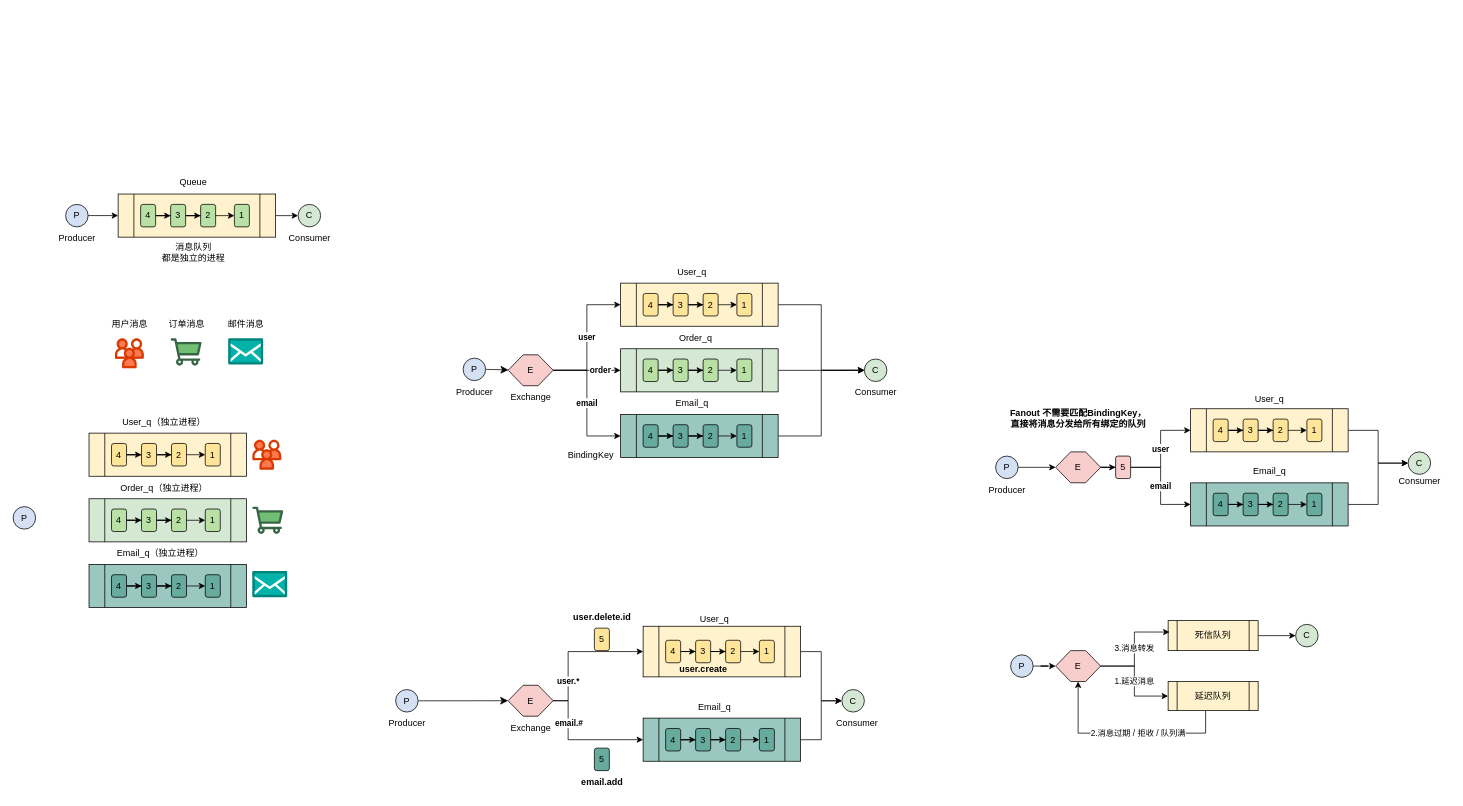
The draw.io diagram Drawio/RabbitMQ.drawio in RainbowJier/RabbitMQ, before the edit. Source tidied: cells renumbered, new cells numbered last; positions are measured from the earlier drawing's top-left corner, leaving out a move shared by most shapes. Both pictures are drawn from the tidied source at 75%, with x=0, y=0 at pixel (13, 171).
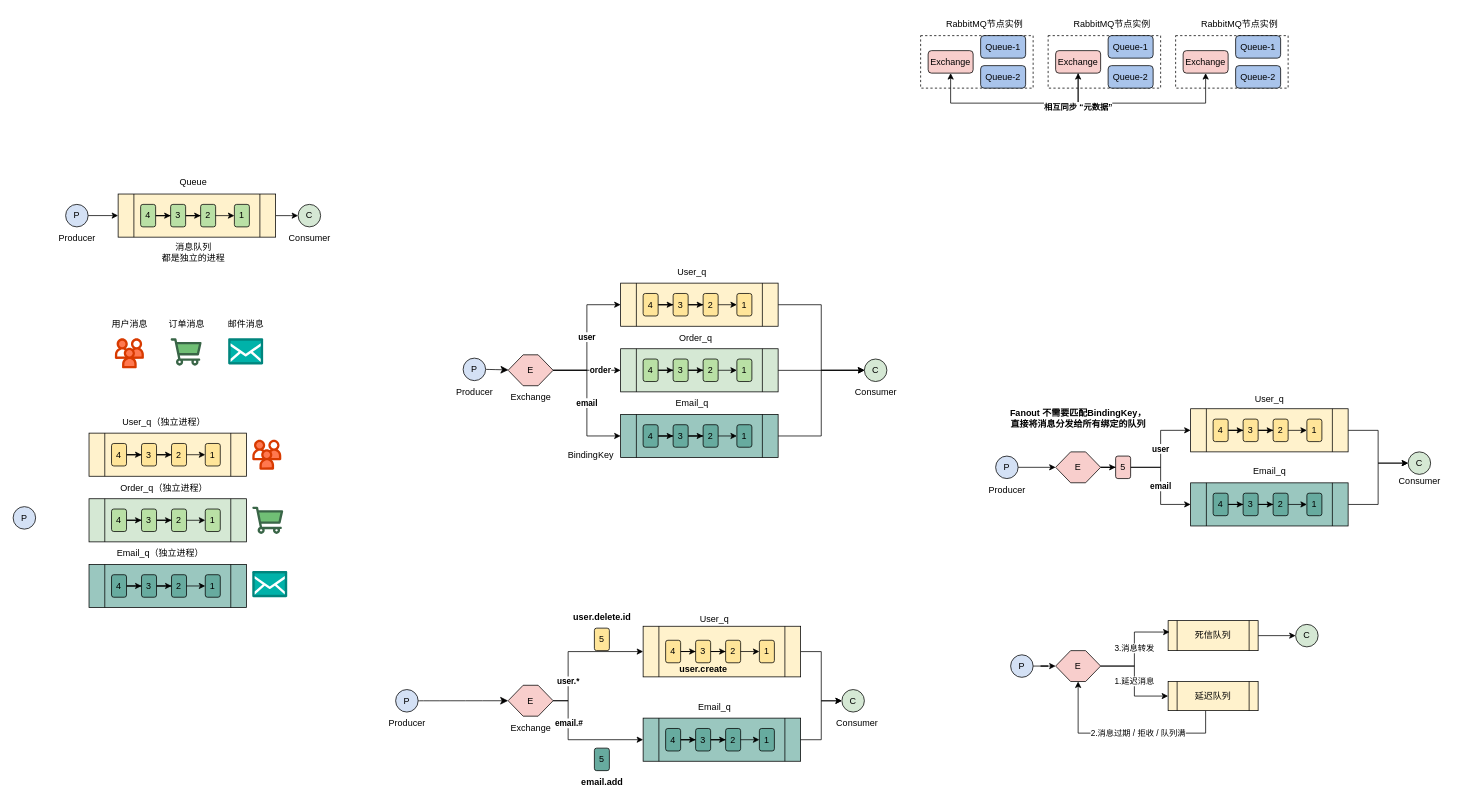
The same page after the edit.

Change to the diagram source:
```diff
@@
+    <mxCell id="178" style="rounded=0;whiteSpace=wrap;html=1;dashed=1;fillColor=none;" parent="1" vertex="1">
+      <mxGeometry x="1210" y="-181" width="150" height="70" as="geometry" />
+    </mxCell>
+    <mxCell id="179" style="edgeStyle=orthogonalEdgeStyle;rounded=0;jettySize=auto;html=1;entryX=0.5;entryY=1;entryDx=0;entryDy=0;startArrow=classic;startFill=1;fontStyle=1;" parent="1" edge="1" source="180" target="186">
+      <mxGeometry x="0.44" relative="1" as="geometry">
+        <Array as="points">
+          <mxPoint x="1250" y="-91" />
+          <mxPoint x="1420" y="-91" />
+        </Array>
+      </mxGeometry>
+    </mxCell>
+    <mxCell id="180" value="Exchange" style="rounded=1;whiteSpace=wrap;html=1;fillColor=#F8CECC;" parent="1" vertex="1">
+      <mxGeometry x="1220" y="-161" width="60" height="30" as="geometry" />
+    </mxCell>
+    <mxCell id="181" value="Queue-1" style="rounded=1;whiteSpace=wrap;html=1;fillColor=#A9C4EB;" parent="1" vertex="1">
+      <mxGeometry x="1290" y="-181" width="60" height="30" as="geometry" />
+    </mxCell>
+    <mxCell id="182" value="Queue-2" style="rounded=1;whiteSpace=wrap;html=1;fillColor=#A9C4EB;" parent="1" vertex="1">
+      <mxGeometry x="1290" y="-141" width="60" height="30" as="geometry" />
+    </mxCell>
+    <mxCell id="183" value="RabbitMQ节点实例" style="text;html=1;align=center;verticalAlign=middle;strokeColor=none;fillColor=none;" parent="1" vertex="1">
+      <mxGeometry x="1230" y="-211" width="130" height="30" as="geometry" />
+    </mxCell>
+    <mxCell id="184" style="rounded=0;whiteSpace=wrap;html=1;dashed=1;fillColor=none;" parent="1" vertex="1">
+      <mxGeometry x="1380" y="-181" width="150" height="70" as="geometry" />
+    </mxCell>
+    <mxCell id="185" style="edgeStyle=orthogonalEdgeStyle;rounded=0;jettySize=auto;html=1;" parent="1" edge="1" source="186" target="190">
+      <mxGeometry relative="1" as="geometry">
+        <Array as="points">
+          <mxPoint x="1420" y="-91" />
+          <mxPoint x="1590" y="-91" />
+        </Array>
+      </mxGeometry>
+    </mxCell>
+    <mxCell id="186" value="Exchange" style="rounded=1;whiteSpace=wrap;html=1;fillColor=#F8CECC;" parent="1" vertex="1">
+      <mxGeometry x="1390" y="-161" width="60" height="30" as="geometry" />
+    </mxCell>
+    <mxCell id="187" value="Queue-1" style="rounded=1;whiteSpace=wrap;html=1;fillColor=#A9C4EB;" parent="1" vertex="1">
+      <mxGeometry x="1460" y="-181" width="60" height="30" as="geometry" />
+    </mxCell>
+    <mxCell id="188" value="Queue-2" style="rounded=1;whiteSpace=wrap;html=1;fillColor=#A9C4EB;" parent="1" vertex="1">
+      <mxGeometry x="1460" y="-141" width="60" height="30" as="geometry" />
+    </mxCell>
+    <mxCell id="189" style="rounded=0;whiteSpace=wrap;html=1;dashed=1;fillColor=none;" parent="1" vertex="1">
+      <mxGeometry x="1550" y="-181" width="150" height="70" as="geometry" />
+    </mxCell>
+    <mxCell id="190" value="Exchange" style="rounded=1;whiteSpace=wrap;html=1;fillColor=#F8CECC;" parent="1" vertex="1">
+      <mxGeometry x="1560" y="-161" width="60" height="30" as="geometry" />
+    </mxCell>
+    <mxCell id="191" value="Queue-1" style="rounded=1;whiteSpace=wrap;html=1;fillColor=#A9C4EB;" parent="1" vertex="1">
+      <mxGeometry x="1630" y="-181" width="60" height="30" as="geometry" />
+    </mxCell>
+    <mxCell id="192" value="Queue-2" style="rounded=1;whiteSpace=wrap;html=1;fillColor=#A9C4EB;" parent="1" vertex="1">
+      <mxGeometry x="1630" y="-141" width="60" height="30" as="geometry" />
+    </mxCell>
+    <mxCell id="193" value="RabbitMQ节点实例" style="text;html=1;align=center;verticalAlign=middle;strokeColor=none;fillColor=none;" parent="1" vertex="1">
+      <mxGeometry x="1400" y="-211" width="130" height="30" as="geometry" />
+    </mxCell>
+    <mxCell id="194" value="RabbitMQ节点实例" style="text;html=1;align=center;verticalAlign=middle;strokeColor=none;fillColor=none;" parent="1" vertex="1">
+      <mxGeometry x="1570" y="-211" width="130" height="30" as="geometry" />
+    </mxCell>
+    <mxCell id="195" value="&lt;span style=&quot;font-size: 11px; font-weight: 700; background-color: rgb(255, 255, 255);&quot;&gt;相互同步 “元数据”&lt;/span&gt;" style="text;html=1;align=center;verticalAlign=middle;strokeColor=none;fillColor=none;" parent="1" vertex="1">
+      <mxGeometry x="1365" y="-101" width="110" height="30" as="geometry" />
+    </mxCell>
```
